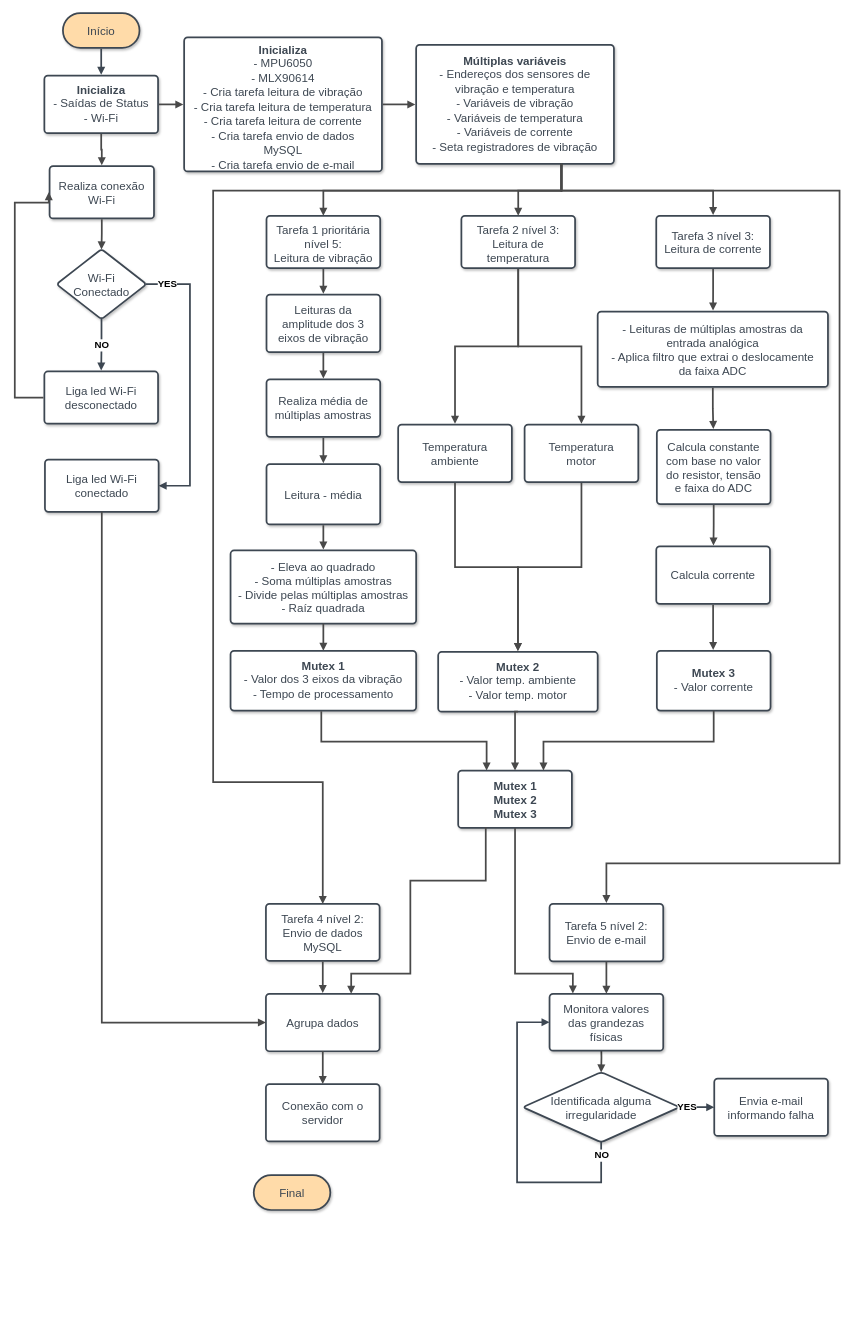
Before: FluxogramaProgESP32_TCC2.drawio in fpaloschi/Fluxograma, a draw.io diagram. Source tidied: cells renumbered, new cells numbered last; positions are measured from the earlier drawing's top-left corner, leaving out a move shared by most shapes. Both pictures are drawn from the tidied source at 58%, with x=0, y=0 at pixel (14, 13).
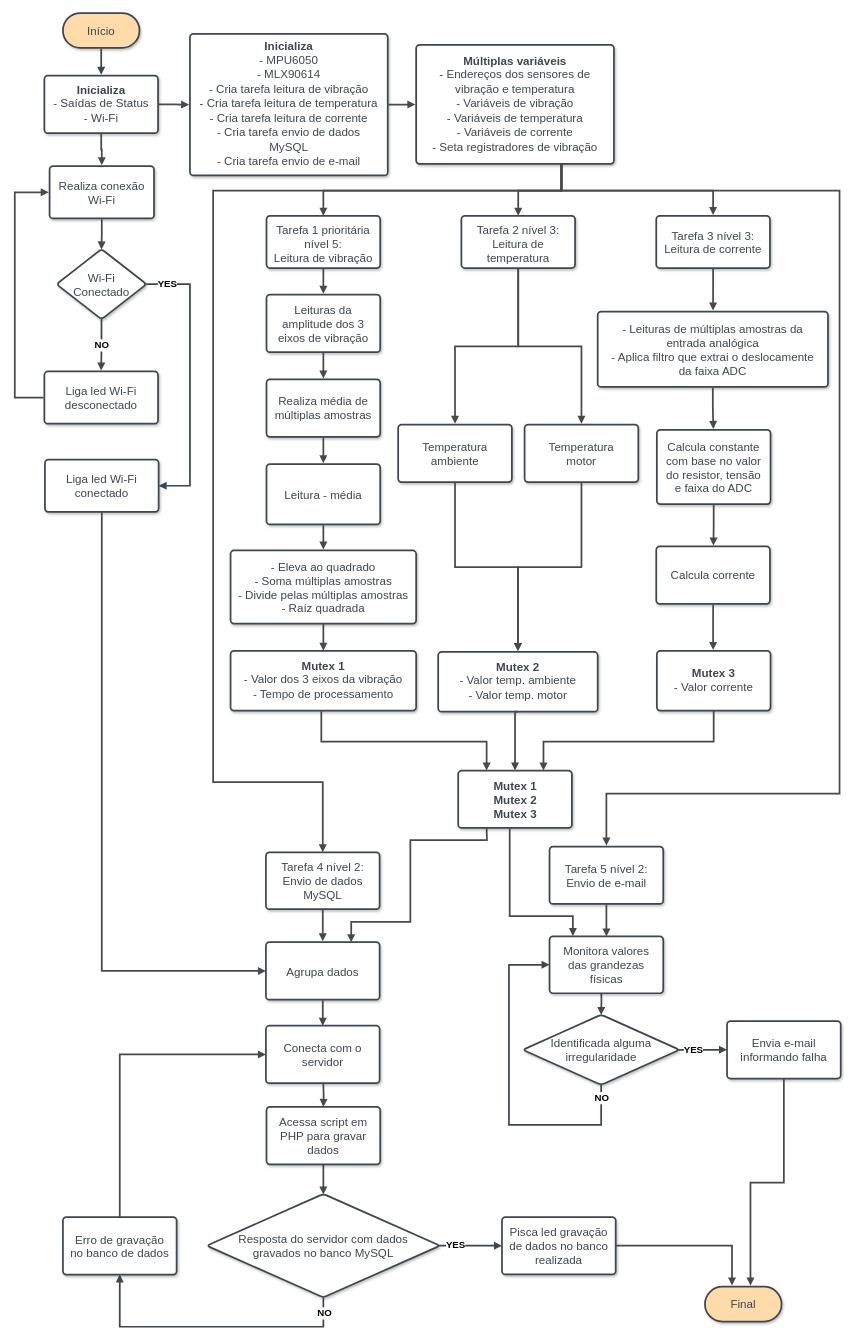
The same page after the edit.

Unchanged cells that the change refers to:
```xml
<mxCell id="5" value="Realiza conexão Wi-Fi" style="html=1;overflow=block;blockSpacing=1;whiteSpace=wrap;fontSize=20;fontFamily=Helvetica;fontColor=#3d4752;align=center;spacing=11.3;strokeColor=#3d4752;strokeOpacity=100;fillOpacity=100;rounded=1;absoluteArcSize=1;arcSize=12;shadow=1;fillColor=#ffffff;strokeWidth=3;lucidId=BNcwj2-kDnB~;" parent="1" vertex="1">
  <mxGeometry x="60" y="264" width="180" height="90" as="geometry" />
</mxCell>
<mxCell id="14" value="Liga led Wi-Fi desconectado" style="html=1;overflow=block;blockSpacing=1;whiteSpace=wrap;fontSize=20;fontFamily=Helvetica;fontColor=#3d4752;align=center;spacing=11.3;strokeColor=#3d4752;strokeOpacity=100;fillOpacity=100;rounded=1;absoluteArcSize=1;arcSize=12;shadow=1;fillColor=#ffffff;strokeWidth=3;lucidId=WnLjBUgtpYF_;" parent="1" vertex="1">
  <mxGeometry x="51" y="618" width="196" height="90" as="geometry" />
</mxCell>
<mxCell id="22" value="Liga led Wi-Fi conectado" style="html=1;overflow=block;blockSpacing=1;whiteSpace=wrap;fontSize=20;fontFamily=Helvetica;fontColor=#3d4752;align=center;spacing=11.3;strokeColor=#3d4752;strokeOpacity=100;fillOpacity=100;rounded=1;absoluteArcSize=1;arcSize=12;shadow=1;fillColor=#ffffff;strokeWidth=3;lucidId=9ILj2eCA24AJ;" parent="1" vertex="1">
  <mxGeometry x="52" y="770" width="196" height="90" as="geometry" />
</mxCell>
<mxCell id="71" value="&lt;b&gt;Mutex 1&lt;br&gt;&lt;/b&gt;&lt;b&gt;Mutex 2&lt;br&gt;&lt;/b&gt;&lt;b&gt;Mutex 3&lt;/b&gt;" style="html=1;overflow=block;blockSpacing=1;whiteSpace=wrap;fontSize=20;fontFamily=Helvetica;fontColor=#3d4752;align=center;spacing=11.3;strokeColor=#3d4752;strokeOpacity=100;fillOpacity=100;rounded=1;absoluteArcSize=1;arcSize=12;shadow=1;fillColor=#ffffff;strokeWidth=3;lucidId=aALjpcRrlFdX;" parent="1" vertex="1">
  <mxGeometry x="764.5" y="1306" width="196" height="99" as="geometry" />
</mxCell>
```

Diff of the diagram source:
```diff
@@
     <mxCell id="6" value="Final" style="html=1;overflow=block;blockSpacing=1;whiteSpace=wrap;rounded=1;arcSize=50;fontSize=20;fontFamily=Helvetica;fontColor=#3d4752;align=center;spacing=11.3;strokeColor=#3d4752;strokeOpacity=100;fillOpacity=100;shadow=1;fillColor=#ffdba9;strokeWidth=3;lucidId=t1cwyaAYWCxq;" parent="1" vertex="1">
-      <mxGeometry x="412" y="2003.7" width="132" height="60" as="geometry" />
+      <mxGeometry x="1190" y="2196" width="132" height="60" as="geometry" />
     </mxCell>
@@
     <mxCell id="16" style="html=1;jettySize=18;whiteSpace=wrap;fontSize=13;strokeColor=#494949;strokeWidth=3;rounded=1;arcSize=0;edgeStyle=orthogonalEdgeStyle;startArrow=none;endArrow=block;endFill=1;exitX=-0.008;exitY=0.5;exitPerimeter=0;entryX=-0.008;entryY=0.5;entryPerimeter=0;lucidId=kwLjcKJRYvCY;" parent="1" edge="1" source="14" target="5">
       <mxGeometry relative="1" as="geometry">
         <Array as="points">
           <mxPoint y="663" />
-          <mxPoint y="327" />
+          <mxPoint y="309" />
         </Array>
       </mxGeometry>
     </mxCell>
@@
     <mxCell id="19" value="Tarefa 4 nível 2: &#10;Envio de dados MySQL" style="html=1;overflow=block;blockSpacing=1;whiteSpace=wrap;fontSize=20;fontFamily=Helvetica;fontColor=#3d4752;align=center;spacing=11.3;strokeColor=#3d4752;strokeOpacity=100;fillOpacity=100;rounded=1;absoluteArcSize=1;arcSize=12;shadow=1;fillColor=#ffffff;strokeWidth=3;lucidId=rzLjJsJPlAcu;" parent="1" vertex="1">
-      <mxGeometry x="433" y="1536" width="196" height="98" as="geometry" />
+      <mxGeometry x="433" y="1447" width="196" height="98" as="geometry" />
     </mxCell>
     <mxCell id="20" value="Tarefa 5 nível 2: &#10;Envio de e-mail" style="html=1;overflow=block;blockSpacing=1;whiteSpace=wrap;fontSize=20;fontFamily=Helvetica;fontColor=#3d4752;align=center;spacing=11.3;strokeColor=#3d4752;strokeOpacity=100;fillOpacity=100;rounded=1;absoluteArcSize=1;arcSize=12;shadow=1;fillColor=#ffffff;strokeWidth=3;lucidId=aALjpcRrlFdX;" parent="1" vertex="1">
-      <mxGeometry x="922" y="1536" width="196" height="99" as="geometry" />
+      <mxGeometry x="922" y="1437" width="196" height="99" as="geometry" />
     </mxCell>
     <mxCell id="21" value="&lt;div style=&quot;display: flex; justify-content: center; text-align: center; align-items: baseline; font-size: 0; line-height: 1.25;margin-top: -2px;&quot;&gt;&lt;span&gt;&lt;span style=&quot;font-size:20px;color:#3d4752;font-weight: bold;font-family: Helvetica;&quot;&gt;Inicializa&lt;/span&gt;&lt;span style=&quot;font-size:20px;color:#3d4752;font-family: Helvetica;&quot;&gt;&#10;&lt;/span&gt;&lt;/span&gt;&lt;/div&gt;&lt;div style=&quot;display: flex; justify-content: center; text-align: center; align-items: baseline; font-size: 0; line-height: 1.25;margin-top: -2px;&quot;&gt;&lt;span&gt;&lt;span style=&quot;font-size:20px;color:#3d4752;font-family: Helvetica;&quot;&gt;- MPU6050&#10;- MLX90614&#10;- Cria tarefa leitura de vibração&#10;- Cria tarefa leitura de temperatura&#10;- Cria tarefa leitura de corrente&#10;- Cria tarefa envio de dados MySQL&#10;- Cria tarefa envio de e-mail&lt;/span&gt;&lt;/span&gt;&lt;/div&gt;" style="html=1;overflow=block;blockSpacing=1;whiteSpace=wrap;fontSize=13;fontFamily=Helvetica;spacing=11.3;strokeColor=#3d4752;strokeOpacity=100;fillOpacity=100;rounded=1;absoluteArcSize=1;arcSize=12;shadow=1;fillColor=#ffffff;strokeWidth=3;lucidId=uBLjPLhFOQ6O;" parent="1" vertex="1">
-      <mxGeometry x="292" y="42" width="341" height="231" as="geometry" />
+      <mxGeometry x="302" y="36" width="341" height="244" as="geometry" />
     </mxCell>
@@
     <mxCell id="50" value="Agrupa dados" style="html=1;overflow=block;blockSpacing=1;whiteSpace=wrap;fontSize=20;fontFamily=Helvetica;fontColor=#3d4752;align=center;spacing=11.3;strokeColor=#3d4752;strokeOpacity=100;fillOpacity=100;rounded=1;absoluteArcSize=1;arcSize=12;shadow=1;fillColor=#ffffff;strokeWidth=3;lucidId=PaPjgZ5aMJZG;" parent="1" vertex="1">
-      <mxGeometry x="433" y="1691" width="196" height="99" as="geometry" />
+      <mxGeometry x="433" y="1602" width="196" height="99" as="geometry" />
     </mxCell>
@@
     <mxCell id="52" style="html=1;jettySize=18;whiteSpace=wrap;fontSize=13;strokeColor=#494949;strokeWidth=3;rounded=1;arcSize=0;edgeStyle=orthogonalEdgeStyle;startArrow=none;endArrow=block;endFill=1;entryX=0.5;entryY=-0.015;entryPerimeter=0;lucidId=1dPj1Y2b7wFf;exitX=0.5;exitY=1;exitDx=0;exitDy=0;" parent="1" edge="1" target="20">
       <mxGeometry relative="1" as="geometry">
         <mxPoint x="942.5" y="260" as="sourcePoint" />
         <Array as="points">
           <mxPoint x="943" y="306" />
           <mxPoint x="1422" y="306" />
-          <mxPoint x="1422" y="1466" />
-          <mxPoint x="1020" y="1466" />
+          <mxPoint x="1422" y="1346" />
+          <mxPoint x="1020" y="1346" />
         </Array>
       </mxGeometry>
     </mxCell>
@@
-    <mxCell id="56" value="Conexão com o servidor" style="html=1;overflow=block;blockSpacing=1;whiteSpace=wrap;fontSize=20;fontFamily=Helvetica;fontColor=#3d4752;align=center;spacing=11.3;strokeColor=#3d4752;strokeOpacity=100;fillOpacity=100;rounded=1;absoluteArcSize=1;arcSize=12;shadow=1;fillColor=#ffffff;strokeWidth=3;lucidId=PaPjgZ5aMJZG;" parent="1" vertex="1">
-      <mxGeometry x="433" y="1846.5" width="196" height="99" as="geometry" />
+    <mxCell id="56" value="Conecta com o servidor" style="html=1;overflow=block;blockSpacing=1;whiteSpace=wrap;fontSize=20;fontFamily=Helvetica;fontColor=#3d4752;align=center;spacing=11.3;strokeColor=#3d4752;strokeOpacity=100;fillOpacity=100;rounded=1;absoluteArcSize=1;arcSize=12;shadow=1;fillColor=#ffffff;strokeWidth=3;lucidId=PaPjgZ5aMJZG;" parent="1" vertex="1">
+      <mxGeometry x="433" y="1746" width="196" height="99" as="geometry" />
     </mxCell>
     <mxCell id="57" style="html=1;jettySize=18;whiteSpace=wrap;fontSize=13;strokeColor=#494949;strokeWidth=3;rounded=1;arcSize=0;edgeStyle=orthogonalEdgeStyle;startArrow=none;endArrow=block;endFill=1;exitX=0.5;exitY=1;lucidId=.1OjHbTHSmcL;exitDx=0;exitDy=0;entryX=0;entryY=0.5;entryDx=0;entryDy=0;" parent="1" edge="1" source="22" target="50">
       <mxGeometry relative="1" as="geometry">
         <Array as="points">
-          <mxPoint x="150" y="1741" />
+          <mxPoint x="150" y="1652" />
         </Array>
       </mxGeometry>
     </mxCell>
@@
     <mxCell id="59" value="Identificada alguma irregularidade" style="html=1;overflow=block;blockSpacing=1;whiteSpace=wrap;rhombus;fontSize=20;fontFamily=Helvetica;fontColor=#3d4752;align=center;spacing=11.3;strokeColor=#3d4752;strokeOpacity=100;fillOpacity=100;rounded=1;absoluteArcSize=1;arcSize=12;shadow=1;fillColor=#ffffff;strokeWidth=3;lucidId=dkLjF0y4hUUD;" parent="1" vertex="1">
-      <mxGeometry x="876" y="1826" width="270" height="121" as="geometry" />
+      <mxGeometry x="876" y="1727" width="270" height="121" as="geometry" />
     </mxCell>
     <mxCell id="60" style="html=1;jettySize=18;whiteSpace=wrap;fontSize=16.7;fontFamily=Helvetica;fontStyle=1;strokeColor=#3d4752;strokeOpacity=100;strokeWidth=3;rounded=1;arcSize=0;edgeStyle=orthogonalEdgeStyle;startArrow=none;endArrow=block;endFill=1;exitX=0.991;exitY=0.5;exitPerimeter=0;lucidId=dkLj98RTN1pg;entryX=0;entryY=0.5;entryDx=0;entryDy=0;" parent="1" edge="1" source="59" target="65">
       <mxGeometry relative="1" as="geometry">
         <Array as="points">
-          <mxPoint x="1201" y="1887" />
-          <mxPoint x="1266" y="1887" />
+          <mxPoint x="1201" y="1788" />
+          <mxPoint x="1266" y="1788" />
         </Array>
       </mxGeometry>
     </mxCell>
     <mxCell id="61" value="YES" style="text;html=1;labelBackgroundColor=default;align=center;verticalAlign=middle;fontStyle=1;fontSize=16.7;" parent="60" vertex="1">
       <mxGeometry x="-0.66" relative="1" as="geometry">
-        <mxPoint x="4" as="offset" />
+        <mxPoint x="12" as="offset" />
       </mxGeometry>
     </mxCell>
     <mxCell id="62" style="html=1;jettySize=18;whiteSpace=wrap;fontSize=16.7;fontFamily=Helvetica;fontStyle=1;strokeColor=#3d4752;strokeOpacity=100;strokeWidth=3;rounded=1;arcSize=0;edgeStyle=orthogonalEdgeStyle;startArrow=none;endArrow=block;endFill=1;exitX=0.5;exitY=0.995;exitPerimeter=0;lucidId=dkLjdHbdrjaG;entryX=0;entryY=0.5;entryDx=0;entryDy=0;" parent="1" edge="1" source="59" target="66">
       <mxGeometry relative="1" as="geometry">
         <Array as="points">
-          <mxPoint x="1011" y="2016" />
-          <mxPoint x="866" y="2016" />
-          <mxPoint x="866" y="1740" />
+          <mxPoint x="1011" y="1917" />
+          <mxPoint x="852" y="1917" />
+          <mxPoint x="852" y="1641" />
         </Array>
       </mxGeometry>
     </mxCell>
     <mxCell id="63" value="NO" style="text;html=1;labelBackgroundColor=default;align=center;verticalAlign=middle;fontStyle=1;fontSize=16.7;" parent="62" vertex="1">
       <mxGeometry relative="1" as="geometry">
-        <mxPoint x="145" y="12" as="offset" />
+        <mxPoint x="159" y="12" as="offset" />
       </mxGeometry>
     </mxCell>
     <mxCell id="64" style="html=1;jettySize=18;whiteSpace=wrap;fontSize=13;strokeColor=#494949;strokeWidth=3;rounded=1;arcSize=0;edgeStyle=orthogonalEdgeStyle;startArrow=none;endArrow=block;endFill=1;entryX=0.5;entryY=0.005;entryPerimeter=0;lucidId=8uLjnlYUT5LJ;exitX=0.5;exitY=1;exitDx=0;exitDy=0;" parent="1" edge="1" target="59">
       <mxGeometry relative="1" as="geometry">
-        <mxPoint x="1011" y="1774" as="sourcePoint" />
+        <mxPoint x="1011" y="1675" as="sourcePoint" />
       </mxGeometry>
     </mxCell>
     <mxCell id="65" value="Envia e-mail&lt;br&gt;informando falha" style="html=1;overflow=block;blockSpacing=1;whiteSpace=wrap;fontSize=20;fontFamily=Helvetica;fontColor=#3d4752;align=center;spacing=11.3;strokeColor=#3d4752;strokeOpacity=100;fillOpacity=100;rounded=1;absoluteArcSize=1;arcSize=12;shadow=1;fillColor=#ffffff;strokeWidth=3;lucidId=aALjpcRrlFdX;" parent="1" vertex="1">
-      <mxGeometry x="1206" y="1837" width="196" height="99" as="geometry" />
+      <mxGeometry x="1228" y="1738" width="196" height="99" as="geometry" />
     </mxCell>
     <mxCell id="66" value="Monitora valores das grandezas físicas" style="html=1;overflow=block;blockSpacing=1;whiteSpace=wrap;fontSize=20;fontFamily=Helvetica;fontColor=#3d4752;align=center;spacing=11.3;strokeColor=#3d4752;strokeOpacity=100;fillOpacity=100;rounded=1;absoluteArcSize=1;arcSize=12;shadow=1;fillColor=#ffffff;strokeWidth=3;lucidId=rzLjJsJPlAcu;" parent="1" vertex="1">
-      <mxGeometry x="922" y="1691" width="196" height="98" as="geometry" />
+      <mxGeometry x="922" y="1592" width="196" height="98" as="geometry" />
     </mxCell>
@@
     <mxCell id="74" style="html=1;jettySize=18;whiteSpace=wrap;fontSize=13;strokeColor=#494949;strokeWidth=3;rounded=1;arcSize=0;edgeStyle=orthogonalEdgeStyle;startArrow=none;endArrow=block;endFill=1;exitX=0.25;exitY=1;lucidId=.1OjHbTHSmcL;exitDx=0;exitDy=0;entryX=0.75;entryY=0;entryDx=0;entryDy=0;" parent="1" edge="1" source="71" target="50">
       <mxGeometry relative="1" as="geometry">
         <Array as="points">
-          <mxPoint x="812" y="1496" />
-          <mxPoint x="682" y="1496" />
-          <mxPoint x="682" y="1656" />
-          <mxPoint x="580" y="1656" />
+          <mxPoint x="814" y="1406" />
+          <mxPoint x="814" y="1406" />
+          <mxPoint x="814" y="1426" />
+          <mxPoint x="682" y="1426" />
+          <mxPoint x="682" y="1567" />
+          <mxPoint x="580" y="1567" />
         </Array>
       </mxGeometry>
     </mxCell>
-    <mxCell id="75" style="html=1;jettySize=18;whiteSpace=wrap;fontSize=13;strokeColor=#494949;strokeWidth=3;rounded=1;arcSize=0;edgeStyle=orthogonalEdgeStyle;startArrow=none;endArrow=block;endFill=1;exitX=0.5;exitY=1;lucidId=.1OjHbTHSmcL;exitDx=0;exitDy=0;entryX=0.205;entryY=-0.005;entryDx=0;entryDy=0;entryPerimeter=0;" parent="1" edge="1" source="71" target="66">
+    <mxCell id="75" style="html=1;jettySize=18;whiteSpace=wrap;fontSize=13;strokeColor=#494949;strokeWidth=3;rounded=1;arcSize=0;edgeStyle=orthogonalEdgeStyle;startArrow=none;endArrow=block;endFill=1;exitX=0.453;exitY=1.008;lucidId=.1OjHbTHSmcL;exitDx=0;exitDy=0;entryX=0.205;entryY=-0.005;entryDx=0;entryDy=0;entryPerimeter=0;exitPerimeter=0;" parent="1" edge="1" source="71" target="66">
       <mxGeometry relative="1" as="geometry">
         <Array as="points">
-          <mxPoint x="863" y="1656" />
-          <mxPoint x="962" y="1656" />
+          <mxPoint x="853" y="1557" />
+          <mxPoint x="962" y="1557" />
         </Array>
       </mxGeometry>
     </mxCell>
+    <mxCell id="76" value="Resposta do servidor com dados gravados no banco MySQL" style="html=1;overflow=block;blockSpacing=1;whiteSpace=wrap;rhombus;fontSize=20;fontFamily=Helvetica;fontColor=#3d4752;align=center;spacing=11.3;strokeColor=#3d4752;strokeOpacity=100;fillOpacity=100;rounded=1;absoluteArcSize=1;arcSize=12;shadow=1;fillColor=#ffffff;strokeWidth=3;lucidId=dkLjF0y4hUUD;" parent="1" vertex="1">
+      <mxGeometry x="331" y="2036" width="402" height="178.5" as="geometry" />
+    </mxCell>
+    <mxCell id="77" style="html=1;jettySize=18;whiteSpace=wrap;fontSize=16.7;fontFamily=Helvetica;fontStyle=1;strokeColor=#3d4752;strokeOpacity=100;strokeWidth=3;rounded=1;arcSize=0;edgeStyle=orthogonalEdgeStyle;startArrow=none;endArrow=block;endFill=1;lucidId=dkLj98RTN1pg;exitX=0.99;exitY=0.501;exitDx=0;exitDy=0;exitPerimeter=0;entryX=0;entryY=0.5;entryDx=0;entryDy=0;" parent="1" edge="1" target="84">
+      <mxGeometry relative="1" as="geometry">
+        <mxPoint x="730" y="2126" as="sourcePoint" />
+        <Array as="points">
+          <mxPoint x="840" y="2126" />
+        </Array>
+      </mxGeometry>
+    </mxCell>
+    <mxCell id="78" value="YES" style="text;html=1;labelBackgroundColor=default;align=center;verticalAlign=middle;fontStyle=1;fontSize=16.7;" parent="77" vertex="1">
+      <mxGeometry x="-0.66" relative="1" as="geometry">
+        <mxPoint x="10" y="-1" as="offset" />
+      </mxGeometry>
+    </mxCell>
+    <mxCell id="79" style="html=1;jettySize=18;whiteSpace=wrap;fontSize=13;strokeColor=#494949;strokeWidth=3;rounded=1;arcSize=0;edgeStyle=orthogonalEdgeStyle;startArrow=none;endArrow=block;endFill=1;entryX=0.5;entryY=0.005;entryPerimeter=0;lucidId=8uLjnlYUT5LJ;exitX=0.5;exitY=1;exitDx=0;exitDy=0;" parent="1" edge="1" source="85" target="76">
+      <mxGeometry relative="1" as="geometry" />
+    </mxCell>
+    <mxCell id="80" style="html=1;jettySize=18;whiteSpace=wrap;fontSize=16.7;fontFamily=Helvetica;fontStyle=1;strokeColor=#3d4752;strokeOpacity=100;strokeWidth=3;rounded=1;arcSize=0;edgeStyle=orthogonalEdgeStyle;startArrow=none;endArrow=block;endFill=1;exitX=0.5;exitY=1;lucidId=dkLjdHbdrjaG;exitDx=0;exitDy=0;entryX=0.5;entryY=1;entryDx=0;entryDy=0;" parent="1" edge="1" source="76" target="82">
+      <mxGeometry relative="1" as="geometry">
+        <Array as="points">
+          <mxPoint x="532" y="2265" />
+          <mxPoint x="181" y="2265" />
+        </Array>
+      </mxGeometry>
+    </mxCell>
+    <mxCell id="81" value="NO" style="text;html=1;labelBackgroundColor=default;align=center;verticalAlign=middle;fontStyle=1;fontSize=16.7;" parent="1" vertex="1">
+      <mxGeometry x="453" y="2175" as="geometry">
+        <mxPoint x="80" y="66" as="offset" />
+      </mxGeometry>
+    </mxCell>
+    <mxCell id="82" value="Erro de gravação no banco de dados" style="html=1;overflow=block;blockSpacing=1;whiteSpace=wrap;fontSize=20;fontFamily=Helvetica;fontColor=#3d4752;align=center;spacing=11.3;strokeColor=#3d4752;strokeOpacity=100;fillOpacity=100;rounded=1;absoluteArcSize=1;arcSize=12;shadow=1;fillColor=#ffffff;strokeWidth=3;lucidId=PaPjgZ5aMJZG;" parent="1" vertex="1">
+      <mxGeometry x="83" y="2076" width="196" height="99" as="geometry" />
+    </mxCell>
+    <mxCell id="83" style="html=1;jettySize=18;whiteSpace=wrap;fontSize=13;strokeColor=#494949;strokeWidth=3;rounded=1;arcSize=0;edgeStyle=orthogonalEdgeStyle;startArrow=none;endArrow=block;endFill=1;entryX=0;entryY=0.5;lucidId=8uLjnlYUT5LJ;exitX=0.5;exitY=0;exitDx=0;exitDy=0;entryDx=0;entryDy=0;" parent="1" edge="1" source="82" target="56">
+      <mxGeometry relative="1" as="geometry" />
+    </mxCell>
+    <mxCell id="84" value="Pisca led gravação de dados no banco realizada" style="html=1;overflow=block;blockSpacing=1;whiteSpace=wrap;fontSize=20;fontFamily=Helvetica;fontColor=#3d4752;align=center;spacing=11.3;strokeColor=#3d4752;strokeOpacity=100;fillOpacity=100;rounded=1;absoluteArcSize=1;arcSize=12;shadow=1;fillColor=#ffffff;strokeWidth=3;lucidId=PaPjgZ5aMJZG;" parent="1" vertex="1">
+      <mxGeometry x="840" y="2075.8" width="196" height="99" as="geometry" />
+    </mxCell>
+    <mxCell id="85" value="Acessa script em PHP para gravar dados" style="html=1;overflow=block;blockSpacing=1;whiteSpace=wrap;fontSize=20;fontFamily=Helvetica;fontColor=#3d4752;align=center;spacing=11.3;strokeColor=#3d4752;strokeOpacity=100;fillOpacity=100;rounded=1;absoluteArcSize=1;arcSize=12;shadow=1;fillColor=#ffffff;strokeWidth=3;lucidId=PaPjgZ5aMJZG;" parent="1" vertex="1">
+      <mxGeometry x="434" y="1886" width="196" height="99" as="geometry" />
+    </mxCell>
+    <mxCell id="86" style="html=1;jettySize=18;whiteSpace=wrap;fontSize=13;strokeColor=#494949;strokeWidth=3;rounded=1;arcSize=0;edgeStyle=orthogonalEdgeStyle;startArrow=none;endArrow=block;endFill=1;entryX=0.5;entryY=0;lucidId=6ePjYhux7~zD;entryDx=0;entryDy=0;" parent="1" edge="1" target="85">
+      <mxGeometry relative="1" as="geometry">
+        <mxPoint x="532" y="1846" as="sourcePoint" />
+      </mxGeometry>
+    </mxCell>
+    <mxCell id="87" style="html=1;jettySize=18;whiteSpace=wrap;fontSize=13;strokeColor=#494949;strokeWidth=3;rounded=1;arcSize=0;edgeStyle=orthogonalEdgeStyle;startArrow=none;endArrow=block;endFill=1;entryX=0.594;entryY=-0.031;lucidId=8uLjnlYUT5LJ;exitX=0.5;exitY=1;exitDx=0;exitDy=0;entryDx=0;entryDy=0;entryPerimeter=0;" parent="1" edge="1" source="65" target="6">
+      <mxGeometry relative="1" as="geometry" />
+    </mxCell>
+    <mxCell id="88" style="html=1;jettySize=18;whiteSpace=wrap;fontSize=13;strokeColor=#494949;strokeWidth=3;rounded=1;arcSize=0;edgeStyle=orthogonalEdgeStyle;startArrow=none;endArrow=block;endFill=1;lucidId=8uLjnlYUT5LJ;exitX=1;exitY=0.5;exitDx=0;exitDy=0;entryX=0.353;entryY=-0.033;entryDx=0;entryDy=0;entryPerimeter=0;" parent="1" edge="1" source="84" target="6">
+      <mxGeometry relative="1" as="geometry" />
+    </mxCell>
```
